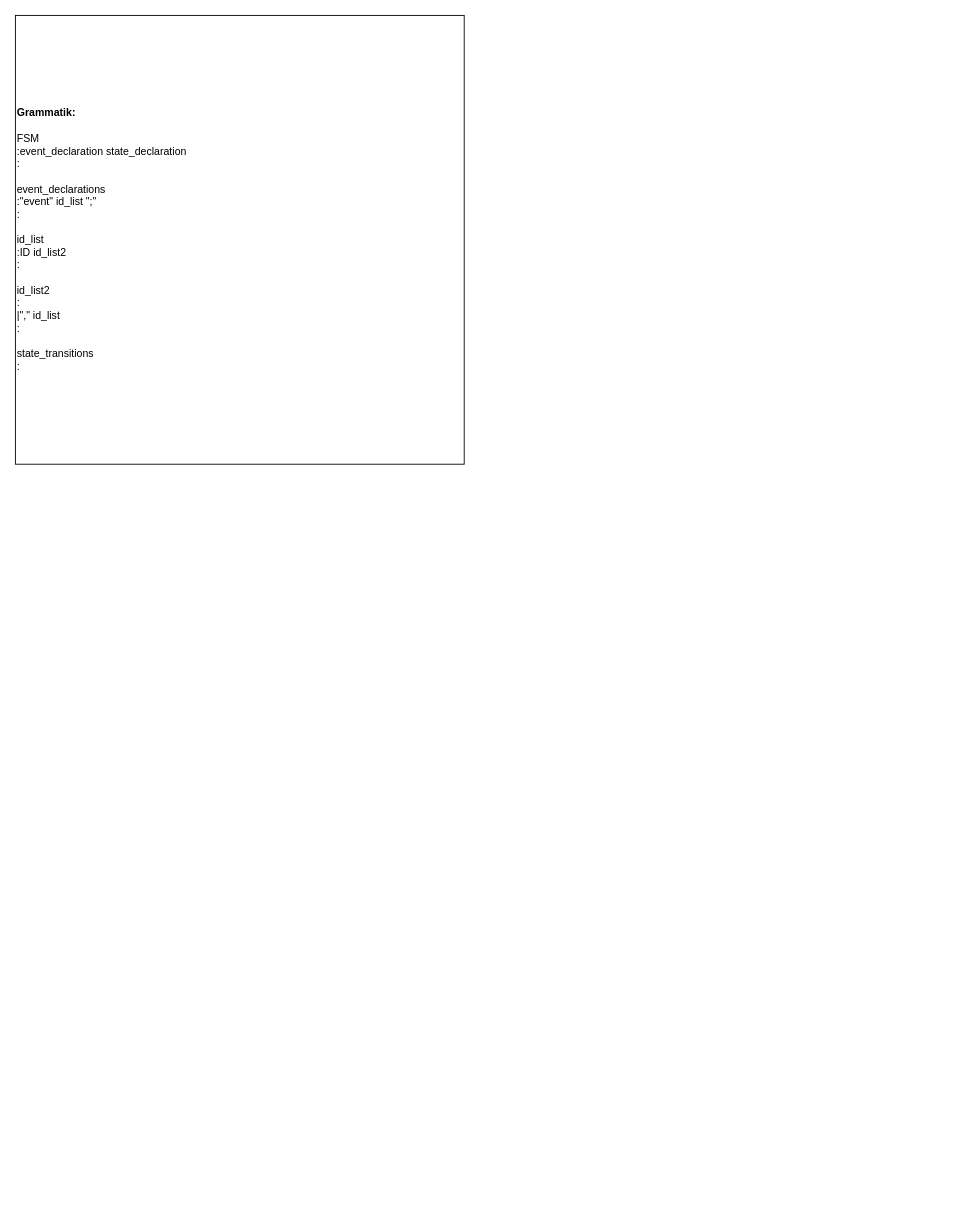
LucRome/Automaten keeps this draw.io diagram as ParserAndInterpreter.drawio. Above is the earlier version. Source tidied: cells renumbered, new cells numbered last; positions are measured from the earlier drawing's top-left corner, leaving out a move shared by most shapes. Both pictures are drawn from the tidied source at 88%, with x=0, y=0 at pixel (15, 15).
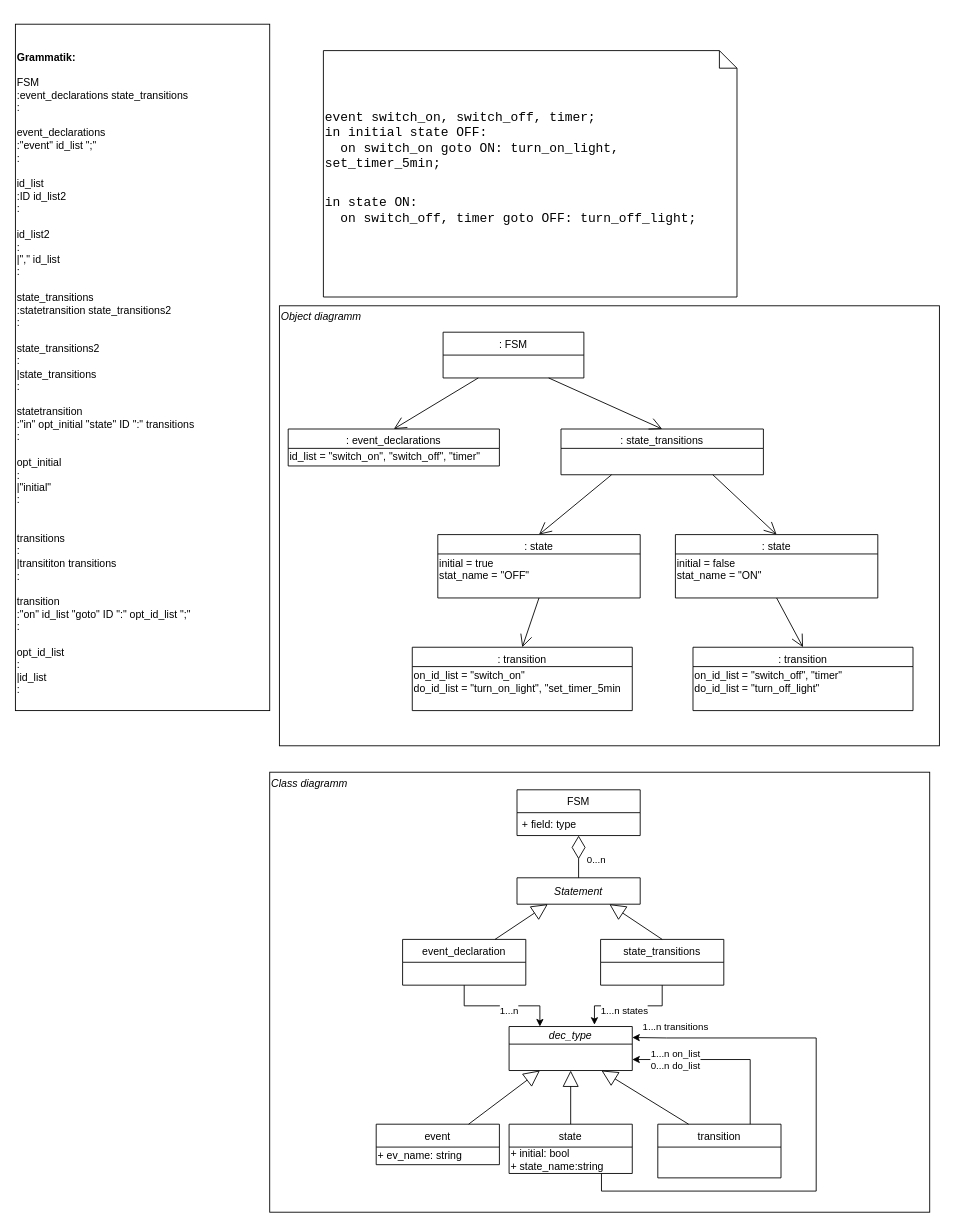
The same page after the edit.

Change to the diagram source:
```diff
@@
-    <mxCell id="2" value="&lt;div align=&quot;left&quot;&gt;&lt;b&gt;Grammatik:&lt;/b&gt;&lt;/div&gt;&lt;div align=&quot;left&quot;&gt;&lt;b&gt;&lt;br&gt;&lt;/b&gt;&lt;/div&gt;&lt;div&gt;FSM&lt;/div&gt;&lt;div&gt;:event_declaration state_declaration&lt;br&gt;&lt;/div&gt;&lt;div&gt;:&lt;/div&gt;&lt;div&gt;&lt;br&gt;&lt;/div&gt;&lt;div&gt;event_declarations&lt;/div&gt;&lt;div&gt;:&quot;event&quot; id_list &quot;;&quot;&lt;/div&gt;&lt;div&gt;:&lt;/div&gt;&lt;div&gt;&lt;br&gt;&lt;/div&gt;&lt;div&gt;id_list&lt;/div&gt;&lt;div&gt;:ID id_list2&lt;/div&gt;&lt;div&gt;:&lt;/div&gt;&lt;div&gt;&lt;br&gt;&lt;/div&gt;&lt;div&gt;id_list2&lt;/div&gt;&lt;div&gt;:&lt;/div&gt;&lt;div&gt;|&quot;,&quot; id_list&lt;/div&gt;&lt;div&gt;:&lt;/div&gt;&lt;div&gt;&lt;br&gt;&lt;/div&gt;&lt;div&gt;state_transitions&lt;/div&gt;&lt;div&gt;:&lt;br&gt;&lt;/div&gt;" style="whiteSpace=wrap;html=1;align=left;" parent="1" vertex="1">
-      <mxGeometry width="510" height="510" as="geometry" />
-    </mxCell>
+    <mxCell id="3" value="&lt;div&gt;&lt;i&gt;Object diagramm&lt;/i&gt;&lt;/div&gt;&lt;div&gt;&lt;i&gt;&lt;br&gt;&lt;/i&gt;&lt;/div&gt;&lt;div&gt;&lt;i&gt;&lt;br&gt;&lt;/i&gt;&lt;/div&gt;&lt;div&gt;&lt;i&gt;&lt;br&gt;&lt;/i&gt;&lt;/div&gt;&lt;div&gt;&lt;i&gt;&lt;br&gt;&lt;/i&gt;&lt;/div&gt;&lt;div&gt;&lt;i&gt;&lt;br&gt;&lt;/i&gt;&lt;/div&gt;&lt;div&gt;&lt;i&gt;&lt;br&gt;&lt;/i&gt;&lt;/div&gt;&lt;div&gt;&lt;i&gt;&lt;br&gt;&lt;/i&gt;&lt;/div&gt;&lt;div&gt;&lt;i&gt;&lt;br&gt;&lt;/i&gt;&lt;/div&gt;&lt;div&gt;&lt;i&gt;&lt;br&gt;&lt;/i&gt;&lt;/div&gt;&lt;div&gt;&lt;i&gt;&lt;br&gt;&lt;/i&gt;&lt;/div&gt;&lt;div&gt;&lt;i&gt;&lt;br&gt;&lt;/i&gt;&lt;/div&gt;&lt;div&gt;&lt;i&gt;&lt;br&gt;&lt;/i&gt;&lt;/div&gt;&lt;div&gt;&lt;i&gt;&lt;br&gt;&lt;/i&gt;&lt;/div&gt;&lt;div&gt;&lt;i&gt;&lt;br&gt;&lt;/i&gt;&lt;/div&gt;&lt;div&gt;&lt;i&gt;&lt;br&gt;&lt;/i&gt;&lt;/div&gt;&lt;div&gt;&lt;i&gt;&lt;br&gt;&lt;/i&gt;&lt;/div&gt;&lt;div&gt;&lt;i&gt;&lt;br&gt;&lt;/i&gt;&lt;/div&gt;&lt;div&gt;&lt;i&gt;&lt;br&gt;&lt;/i&gt;&lt;/div&gt;&lt;div&gt;&lt;i&gt;&lt;br&gt;&lt;/i&gt;&lt;/div&gt;&lt;div&gt;&lt;i&gt;&lt;br&gt;&lt;/i&gt;&lt;/div&gt;&lt;div&gt;&lt;i&gt;&lt;br&gt;&lt;/i&gt;&lt;/div&gt;&lt;div&gt;&lt;i&gt;&lt;br&gt;&lt;/i&gt;&lt;/div&gt;&lt;div&gt;&lt;i&gt;&lt;br&gt;&lt;/i&gt;&lt;/div&gt;&lt;div&gt;&lt;i&gt;&lt;br&gt;&lt;/i&gt;&lt;/div&gt;&lt;div&gt;&lt;i&gt;&lt;br&gt;&lt;/i&gt;&lt;/div&gt;&lt;div&gt;&lt;i&gt;&lt;br&gt;&lt;/i&gt;&lt;/div&gt;&lt;div&gt;&lt;i&gt;&lt;br&gt;&lt;/i&gt;&lt;/div&gt;&lt;div&gt;&lt;i&gt;&lt;br&gt;&lt;/i&gt;&lt;/div&gt;&lt;div&gt;&lt;i&gt;&lt;br&gt;&lt;/i&gt;&lt;/div&gt;&lt;div&gt;&lt;i&gt;&lt;br&gt;&lt;/i&gt;&lt;/div&gt;&lt;div&gt;&lt;i&gt;&lt;br&gt;&lt;/i&gt;&lt;/div&gt;&lt;div&gt;&lt;i&gt;&lt;br&gt;&lt;/i&gt;&lt;/div&gt;&lt;div&gt;&lt;i&gt;&lt;br&gt;&lt;/i&gt;&lt;/div&gt;" style="rounded=0;whiteSpace=wrap;html=1;align=left;" parent="1" vertex="1">
+      <mxGeometry x="300" y="330" width="750" height="500" as="geometry" />
+    </mxCell>
+    <mxCell id="4" value="&lt;div align=&quot;left&quot;&gt;&lt;br&gt;&lt;/div&gt;&lt;div align=&quot;left&quot;&gt;&lt;b&gt;Grammatik:&lt;/b&gt;&lt;/div&gt;&lt;div align=&quot;left&quot;&gt;&lt;b&gt;&lt;br&gt;&lt;/b&gt;&lt;/div&gt;&lt;div align=&quot;left&quot;&gt;FSM&lt;/div&gt;&lt;div align=&quot;left&quot;&gt;:event_declarations state_transitions&lt;br&gt;&lt;/div&gt;&lt;div align=&quot;left&quot;&gt;:&lt;/div&gt;&lt;div align=&quot;left&quot;&gt;&lt;br&gt;&lt;/div&gt;&lt;div align=&quot;left&quot;&gt;event_declarations&lt;/div&gt;&lt;div align=&quot;left&quot;&gt;:&quot;event&quot; id_list &quot;;&quot;&lt;/div&gt;&lt;div align=&quot;left&quot;&gt;:&lt;/div&gt;&lt;div align=&quot;left&quot;&gt;&lt;br&gt;&lt;/div&gt;&lt;div align=&quot;left&quot;&gt;id_list&lt;/div&gt;&lt;div align=&quot;left&quot;&gt;:ID id_list2&lt;/div&gt;&lt;div align=&quot;left&quot;&gt;:&lt;/div&gt;&lt;div align=&quot;left&quot;&gt;&lt;br&gt;&lt;/div&gt;&lt;div align=&quot;left&quot;&gt;id_list2&lt;/div&gt;&lt;div align=&quot;left&quot;&gt;:&lt;/div&gt;&lt;div align=&quot;left&quot;&gt;|&quot;,&quot; id_list&lt;/div&gt;&lt;div align=&quot;left&quot;&gt;:&lt;/div&gt;&lt;div align=&quot;left&quot;&gt;&lt;br&gt;&lt;/div&gt;&lt;div align=&quot;left&quot;&gt;state_transitions&lt;/div&gt;&lt;div align=&quot;left&quot;&gt;:statetransition state_transitions2&lt;/div&gt;&lt;div align=&quot;left&quot;&gt;:&lt;/div&gt;&lt;div align=&quot;left&quot;&gt;&lt;br&gt;&lt;/div&gt;&lt;div align=&quot;left&quot;&gt;state_transitions2&lt;/div&gt;&lt;div align=&quot;left&quot;&gt;:&lt;/div&gt;&lt;div align=&quot;left&quot;&gt;|state_transitions&lt;/div&gt;&lt;div align=&quot;left&quot;&gt;:&lt;/div&gt;&lt;div align=&quot;left&quot;&gt;&lt;br&gt;&lt;/div&gt;&lt;div align=&quot;left&quot;&gt;statetransition&lt;/div&gt;&lt;div align=&quot;left&quot;&gt;:&quot;in&quot; opt_initial &quot;state&quot; ID &quot;:&quot; transitions&lt;/div&gt;&lt;div align=&quot;left&quot;&gt;:&lt;/div&gt;&lt;div align=&quot;left&quot;&gt;&lt;br&gt;&lt;/div&gt;&lt;div align=&quot;left&quot;&gt;opt_initial&lt;/div&gt;&lt;div align=&quot;left&quot;&gt;:&lt;/div&gt;&lt;div align=&quot;left&quot;&gt;|&quot;initial&quot;&lt;/div&gt;&lt;div align=&quot;left&quot;&gt;:&lt;/div&gt;&lt;div align=&quot;left&quot;&gt;&lt;br&gt;&lt;/div&gt;&lt;div align=&quot;left&quot;&gt;&lt;br&gt;&lt;/div&gt;&lt;div align=&quot;left&quot;&gt;transitions&lt;/div&gt;&lt;div align=&quot;left&quot;&gt;:&lt;/div&gt;&lt;div align=&quot;left&quot;&gt;|transititon transitions&lt;/div&gt;&lt;div align=&quot;left&quot;&gt;:&lt;/div&gt;&lt;div align=&quot;left&quot;&gt;&lt;br&gt;&lt;/div&gt;&lt;div align=&quot;left&quot;&gt;transition&lt;/div&gt;&lt;div align=&quot;left&quot;&gt;:&quot;on&quot; id_list &quot;goto&quot; ID &quot;:&quot; opt_id_list &quot;;&quot;&lt;/div&gt;&lt;div align=&quot;left&quot;&gt;:&lt;/div&gt;&lt;div align=&quot;left&quot;&gt;&lt;br&gt;&lt;/div&gt;&lt;div align=&quot;left&quot;&gt;opt_id_list&lt;/div&gt;&lt;div align=&quot;left&quot;&gt;:&lt;/div&gt;&lt;div align=&quot;left&quot;&gt;|id_list&lt;/div&gt;&lt;div align=&quot;left&quot;&gt;:&lt;br&gt;&lt;/div&gt;" style="rounded=0;whiteSpace=wrap;html=1;align=left;" parent="1" vertex="1">
+      <mxGeometry y="10" width="289" height="780" as="geometry" />
+    </mxCell>
+    <mxCell id="5" value=": event_declarations" style="swimlane;fontStyle=0;align=center;verticalAlign=top;horizontal=1;startSize=22;" parent="1" vertex="1">
+      <mxGeometry x="310" y="470" width="240" height="42" as="geometry" />
+    </mxCell>
+    <mxCell id="6" value="id_list = &quot;switch_on&quot;, &quot;switch_off&quot;, &quot;timer&quot;" style="text;html=1;align=left;verticalAlign=middle;" parent="5" vertex="1">
+      <mxGeometry y="22" width="240" height="20" as="geometry" />
+    </mxCell>
+    <mxCell id="7" value=": FSM" style="swimlane;fontStyle=0;align=center;verticalAlign=top;horizontal=1;startSize=26;" parent="1" vertex="1">
+      <mxGeometry x="486" y="360" width="160" height="52" as="geometry" />
+    </mxCell>
+    <mxCell id="8" value="&lt;br&gt;&lt;div align=&quot;left&quot;&gt;&lt;code style=&quot;margin: 0in ; font-family: &amp;#34;consolas&amp;#34; ; font-size: 11.0pt&quot;&gt;event switch_on, switch_off, timer;&lt;/code&gt;&lt;code style=&quot;margin: 0in ; font-family: &amp;#34;consolas&amp;#34; ; font-size: 11.0pt&quot;&gt;&lt;br&gt;&lt;/code&gt;&lt;/div&gt;&lt;div align=&quot;left&quot;&gt;&lt;code style=&quot;margin: 0in ; font-family: &amp;#34;consolas&amp;#34; ; font-size: 11.0pt&quot;&gt;in initia&lt;/code&gt;&lt;code style=&quot;margin: 0in ; font-family: &amp;#34;consolas&amp;#34; ; font-size: 11.0pt&quot;&gt;l state OFF:&lt;/code&gt;&lt;code style=&quot;margin: 0in ; font-family: &amp;#34;consolas&amp;#34; ; font-size: 11.0pt&quot;&gt;&lt;br&gt;&lt;/code&gt;&lt;/div&gt;&lt;div align=&quot;left&quot;&gt;&lt;code style=&quot;margin: 0in ; font-family: &amp;#34;consolas&amp;#34; ; font-size: 11.0pt&quot;&gt;&amp;nbsp; o&lt;/code&gt;&lt;code style=&quot;margin: 0in ; font-family: &amp;#34;consolas&amp;#34; ; font-size: 11.0pt&quot;&gt;n switch_on goto ON: turn_on_light, set_timer_5min;&lt;/code&gt;&lt;br&gt;&lt;br&gt;&lt;p&gt;&lt;code style=&quot;margin: 0in ; font-family: &amp;#34;consolas&amp;#34; ; font-size: 11.0pt&quot;&gt;in state ON:&lt;/code&gt;&lt;code style=&quot;margin: 0in ; font-family: &amp;#34;consolas&amp;#34; ; font-size: 11.0pt&quot;&gt;&lt;br&gt;&amp;nbsp; on&lt;/code&gt;&lt;code style=&quot;margin: 0in ; font-family: &amp;#34;consolas&amp;#34; ; font-size: 11.0pt&quot;&gt; switch_off, timer goto OFF: turn_off_light;&lt;/code&gt;&lt;br&gt;&lt;/p&gt;&lt;br&gt;&lt;/div&gt;" style="shape=note;size=20;whiteSpace=wrap;html=1;align=left;" parent="1" vertex="1">
+      <mxGeometry x="350" y="40" width="470" height="280" as="geometry" />
+    </mxCell>
+    <mxCell id="9" style="endArrow=open;endFill=1;endSize=12;html=1;entryX=0.5;entryY=0;entryDx=0;entryDy=0;exitX=0.25;exitY=1;exitDx=0;exitDy=0;" parent="1" edge="1" source="7" target="5">
+      <mxGeometry relative="1" as="geometry" />
+    </mxCell>
+    <mxCell id="10" value=": state_transitions" style="swimlane;fontStyle=0;align=center;verticalAlign=top;horizontal=1;startSize=22;" parent="1" vertex="1">
+      <mxGeometry x="620" y="470" width="230" height="52" as="geometry" />
+    </mxCell>
+    <mxCell id="11" value=": state" style="swimlane;fontStyle=0;align=center;verticalAlign=top;horizontal=1;startSize=22;" parent="1" vertex="1">
+      <mxGeometry x="480" y="590" width="230" height="72" as="geometry" />
+    </mxCell>
+    <mxCell id="12" value="&lt;div align=&quot;left&quot;&gt;initial = true&lt;/div&gt;&lt;div align=&quot;left&quot;&gt;stat_name = &quot;OFF&quot;&lt;/div&gt;&lt;div align=&quot;left&quot;&gt;&lt;br&gt;&lt;/div&gt;" style="text;html=1;align=left;verticalAlign=middle;" parent="11" vertex="1">
+      <mxGeometry y="22" width="230" height="50" as="geometry" />
+    </mxCell>
+    <mxCell id="13" style="endArrow=open;endFill=1;endSize=12;html=1;entryX=0.5;entryY=0;entryDx=0;entryDy=0;exitX=0.75;exitY=1;exitDx=0;exitDy=0;" parent="1" edge="1" source="7" target="10">
+      <mxGeometry relative="1" as="geometry" />
+    </mxCell>
+    <mxCell id="14" style="endArrow=open;endFill=1;endSize=12;html=1;entryX=0.5;entryY=0;entryDx=0;entryDy=0;exitX=0.25;exitY=1;exitDx=0;exitDy=0;" parent="1" edge="1" source="10" target="11">
+      <mxGeometry relative="1" as="geometry" />
+    </mxCell>
+    <mxCell id="15" value=": transition" style="swimlane;fontStyle=0;align=center;verticalAlign=top;horizontal=1;startSize=22;" parent="1" vertex="1">
+      <mxGeometry x="451" y="718" width="250" height="72" as="geometry" />
+    </mxCell>
+    <mxCell id="16" value="&lt;div&gt;on_id_list = &quot;switch_on&quot;&lt;/div&gt;&lt;div&gt;do_id_list = &quot;turn_on_light&quot;, &quot;set_timer_5min&lt;br&gt;&lt;/div&gt;&lt;div&gt;&lt;br&gt;&lt;/div&gt;" style="text;html=1;align=left;verticalAlign=middle;" parent="15" vertex="1">
+      <mxGeometry y="22" width="250" height="50" as="geometry" />
+    </mxCell>
+    <mxCell id="17" style="endArrow=open;endFill=1;endSize=12;html=1;entryX=0.5;entryY=0;entryDx=0;entryDy=0;exitX=0.5;exitY=1;exitDx=0;exitDy=0;" parent="1" edge="1" source="11" target="15">
+      <mxGeometry relative="1" as="geometry" />
+    </mxCell>
+    <mxCell id="18" value=": state" style="swimlane;fontStyle=0;align=center;verticalAlign=top;horizontal=1;startSize=22;" parent="1" vertex="1">
+      <mxGeometry x="750" y="590" width="230" height="72" as="geometry" />
+    </mxCell>
+    <mxCell id="19" value="&lt;div align=&quot;left&quot;&gt;initial = false&lt;/div&gt;&lt;div align=&quot;left&quot;&gt;stat_name = &quot;ON&quot;&lt;/div&gt;&lt;div align=&quot;left&quot;&gt;&lt;br&gt;&lt;/div&gt;" style="text;html=1;align=left;verticalAlign=middle;" parent="18" vertex="1">
+      <mxGeometry y="22" width="230" height="50" as="geometry" />
+    </mxCell>
+    <mxCell id="20" style="endArrow=open;endFill=1;endSize=12;html=1;entryX=0.5;entryY=0;entryDx=0;entryDy=0;exitX=0.75;exitY=1;exitDx=0;exitDy=0;" parent="1" edge="1" source="10" target="18">
+      <mxGeometry relative="1" as="geometry" />
+    </mxCell>
+    <mxCell id="21" style="endArrow=open;endFill=1;endSize=12;html=1;entryX=0.5;entryY=0;entryDx=0;entryDy=0;exitX=0.5;exitY=1;exitDx=0;exitDy=0;" parent="1" edge="1" source="18" target="22">
+      <mxGeometry relative="1" as="geometry" />
+    </mxCell>
+    <mxCell id="22" value=": transition" style="swimlane;fontStyle=0;align=center;verticalAlign=top;horizontal=1;startSize=22;" parent="1" vertex="1">
+      <mxGeometry x="770" y="718" width="250" height="72" as="geometry" />
+    </mxCell>
+    <mxCell id="23" value="&lt;div&gt;on_id_list = &quot;switch_off&quot;, &quot;timer&quot;&lt;br&gt;&lt;/div&gt;&lt;div&gt;do_id_list = &quot;turn_off_light&quot;&lt;br&gt;&lt;/div&gt;&lt;div&gt;&lt;br&gt;&lt;/div&gt;" style="text;html=1;align=left;verticalAlign=middle;" parent="22" vertex="1">
+      <mxGeometry y="22" width="250" height="50" as="geometry" />
+    </mxCell>
+    <mxCell id="24" value="&lt;div&gt;&lt;i&gt;Class diagramm&lt;/i&gt;&lt;/div&gt;&lt;div&gt;&lt;i&gt;&lt;br&gt;&lt;/i&gt;&lt;/div&gt;&lt;div&gt;&lt;i&gt;&lt;br&gt;&lt;/i&gt;&lt;/div&gt;&lt;div&gt;&lt;i&gt;&lt;br&gt;&lt;/i&gt;&lt;/div&gt;&lt;div&gt;&lt;i&gt;&lt;br&gt;&lt;/i&gt;&lt;/div&gt;&lt;div&gt;&lt;i&gt;&lt;br&gt;&lt;/i&gt;&lt;/div&gt;&lt;div&gt;&lt;i&gt;&lt;br&gt;&lt;/i&gt;&lt;/div&gt;&lt;div&gt;&lt;i&gt;&lt;br&gt;&lt;/i&gt;&lt;/div&gt;&lt;div&gt;&lt;i&gt;&lt;br&gt;&lt;/i&gt;&lt;/div&gt;&lt;div&gt;&lt;i&gt;&lt;br&gt;&lt;/i&gt;&lt;/div&gt;&lt;div&gt;&lt;i&gt;&lt;br&gt;&lt;/i&gt;&lt;/div&gt;&lt;div&gt;&lt;i&gt;&lt;br&gt;&lt;/i&gt;&lt;/div&gt;&lt;div&gt;&lt;i&gt;&lt;br&gt;&lt;/i&gt;&lt;/div&gt;&lt;div&gt;&lt;i&gt;&lt;br&gt;&lt;/i&gt;&lt;/div&gt;&lt;div&gt;&lt;i&gt;&lt;br&gt;&lt;/i&gt;&lt;/div&gt;&lt;div&gt;&lt;i&gt;&lt;br&gt;&lt;/i&gt;&lt;/div&gt;&lt;div&gt;&lt;i&gt;&lt;br&gt;&lt;/i&gt;&lt;/div&gt;&lt;div&gt;&lt;i&gt;&lt;br&gt;&lt;/i&gt;&lt;/div&gt;&lt;div&gt;&lt;i&gt;&lt;br&gt;&lt;/i&gt;&lt;/div&gt;&lt;div&gt;&lt;i&gt;&lt;br&gt;&lt;/i&gt;&lt;/div&gt;&lt;div&gt;&lt;i&gt;&lt;br&gt;&lt;/i&gt;&lt;/div&gt;&lt;div&gt;&lt;i&gt;&lt;br&gt;&lt;/i&gt;&lt;/div&gt;&lt;div&gt;&lt;i&gt;&lt;br&gt;&lt;/i&gt;&lt;/div&gt;&lt;div&gt;&lt;i&gt;&lt;br&gt;&lt;/i&gt;&lt;/div&gt;&lt;div&gt;&lt;i&gt;&lt;br&gt;&lt;/i&gt;&lt;/div&gt;&lt;div&gt;&lt;i&gt;&lt;br&gt;&lt;/i&gt;&lt;/div&gt;&lt;div&gt;&lt;i&gt;&lt;br&gt;&lt;/i&gt;&lt;/div&gt;&lt;div&gt;&lt;i&gt;&lt;br&gt;&lt;/i&gt;&lt;/div&gt;&lt;div&gt;&lt;i&gt;&lt;br&gt;&lt;/i&gt;&lt;/div&gt;&lt;div&gt;&lt;i&gt;&lt;br&gt;&lt;/i&gt;&lt;/div&gt;&lt;div&gt;&lt;i&gt;&lt;br&gt;&lt;/i&gt;&lt;/div&gt;&lt;div&gt;&lt;i&gt;&lt;br&gt;&lt;/i&gt;&lt;/div&gt;&lt;div&gt;&lt;i&gt;&lt;br&gt;&lt;/i&gt;&lt;/div&gt;&lt;div&gt;&lt;i&gt;&lt;br&gt;&lt;/i&gt;&lt;/div&gt;" style="rounded=0;whiteSpace=wrap;html=1;align=left;" parent="1" vertex="1">
+      <mxGeometry x="289" y="860" width="750" height="500" as="geometry" />
+    </mxCell>
+    <mxCell id="25" value="FSM" style="swimlane;fontStyle=0;horizontal=1;startSize=26;fillColor=none;" parent="1" vertex="1">
+      <mxGeometry x="570" y="880" width="140" height="52" as="geometry" />
+    </mxCell>
+    <mxCell id="26" value="+ field: type" style="text;strokeColor=none;fillColor=none;align=left;verticalAlign=top;spacingLeft=4;spacingRight=4;overflow=hidden;" parent="25" vertex="1">
+      <mxGeometry y="26" width="140" height="26" as="geometry" />
+    </mxCell>
+    <mxCell id="27" value="Statement" style="swimlane;fontStyle=2;horizontal=1;startSize=40;fillColor=none;" parent="1" vertex="1">
+      <mxGeometry x="570" y="980" width="140" height="30" as="geometry" />
+    </mxCell>
+    <mxCell id="28" value="&lt;div&gt;0...n&lt;/div&gt;" style="endArrow=diamondThin;endFill=0;endSize=24;html=1;entryX=0.5;entryY=1;entryDx=0;entryDy=0;exitX=0.5;exitY=0;exitDx=0;exitDy=0;" parent="1" edge="1" source="27" target="25">
+      <mxGeometry x="-0.17" y="-20" relative="1" as="geometry" />
+    </mxCell>
+    <mxCell id="29" value="1...n" style="edgeStyle=orthogonalEdgeStyle;rounded=0;jettySize=auto;html=1;exitX=0.5;exitY=1;exitDx=0;exitDy=0;entryX=0.25;entryY=0;entryDx=0;entryDy=0;" parent="1" edge="1" source="30" target="42">
+      <mxGeometry x="0.11" y="-4" relative="1" as="geometry">
+        <mxPoint y="1" as="offset" />
+      </mxGeometry>
+    </mxCell>
+    <mxCell id="30" value="event_declaration" style="swimlane;fontStyle=0;horizontal=1;startSize=26;fillColor=none;" parent="1" vertex="1">
+      <mxGeometry x="440" y="1050" width="140" height="52" as="geometry" />
+    </mxCell>
+    <mxCell id="31" value="&lt;div&gt;&lt;br&gt;&lt;/div&gt;" style="endArrow=block;endSize=16;endFill=0;html=1;entryX=0.25;entryY=1;entryDx=0;entryDy=0;exitX=0.75;exitY=0;exitDx=0;exitDy=0;" parent="1" edge="1" source="30" target="27">
+      <mxGeometry x="-0.06" y="1" relative="1" as="geometry" />
+    </mxCell>
+    <mxCell id="32" value="1...n states" style="edgeStyle=orthogonalEdgeStyle;rounded=0;jettySize=auto;html=1;exitX=0.5;exitY=1;exitDx=0;exitDy=0;entryX=0.693;entryY=-0.04;entryDx=0;entryDy=0;entryPerimeter=0;" parent="1" edge="1" source="33" target="42">
+      <mxGeometry x="0.12" y="5" relative="1" as="geometry">
+        <mxPoint x="1" as="offset" />
+      </mxGeometry>
+    </mxCell>
+    <mxCell id="33" value="state_transitions" style="swimlane;fontStyle=0;horizontal=1;startSize=26;fillColor=none;" parent="1" vertex="1">
+      <mxGeometry x="665" y="1050" width="140" height="52" as="geometry" />
+    </mxCell>
+    <mxCell id="34" value="&lt;div&gt;&lt;br&gt;&lt;/div&gt;" style="endArrow=block;endSize=16;endFill=0;html=1;entryX=0.75;entryY=1;entryDx=0;entryDy=0;exitX=0.5;exitY=0;exitDx=0;exitDy=0;" parent="1" edge="1" source="33" target="27">
+      <mxGeometry x="-0.06" y="1" relative="1" as="geometry" />
+    </mxCell>
+    <mxCell id="35" value="event" style="swimlane;fontStyle=0;horizontal=1;startSize=26;fillColor=none;" parent="1" vertex="1">
+      <mxGeometry x="410" y="1260" width="140" height="46" as="geometry" />
+    </mxCell>
+    <mxCell id="36" value="+ ev_name: string" style="text;html=1;align=left;verticalAlign=middle;" parent="35" vertex="1">
+      <mxGeometry y="26" width="140" height="20" as="geometry" />
+    </mxCell>
+    <mxCell id="37" value="&lt;div&gt;1...n on_list&lt;/div&gt;0...n do_list" style="edgeStyle=orthogonalEdgeStyle;rounded=0;jettySize=auto;html=1;exitX=0.75;exitY=0;exitDx=0;exitDy=0;entryX=1;entryY=0.75;entryDx=0;entryDy=0;" parent="1" edge="1" source="38" target="42">
+      <mxGeometry x="0.53" relative="1" as="geometry" />
+    </mxCell>
+    <mxCell id="38" value="transition" style="swimlane;fontStyle=0;horizontal=1;startSize=26;fillColor=none;" parent="1" vertex="1">
+      <mxGeometry x="730" y="1260" width="140" height="61" as="geometry" />
+    </mxCell>
+    <mxCell id="39" value="1...n transitions" style="edgeStyle=orthogonalEdgeStyle;rounded=0;jettySize=auto;html=1;exitX=0.75;exitY=1;exitDx=0;exitDy=0;entryX=1;entryY=0.25;entryDx=0;entryDy=0;" parent="1" edge="1" source="40" target="42">
+      <mxGeometry x="0.85" y="-12" relative="1" as="geometry">
+        <Array as="points">
+          <mxPoint x="666" y="1336" />
+          <mxPoint x="910" y="1336" />
+          <mxPoint x="910" y="1162" />
+          <mxPoint x="740" y="1162" />
+        </Array>
+      </mxGeometry>
+    </mxCell>
+    <mxCell id="40" value="state" style="swimlane;fontStyle=0;horizontal=1;startSize=26;fillColor=none;" parent="1" vertex="1">
+      <mxGeometry x="561" y="1260" width="140" height="56" as="geometry" />
+    </mxCell>
+    <mxCell id="41" value="&lt;div align=&quot;left&quot;&gt;+ initial: bool&lt;/div&gt;&lt;div align=&quot;left&quot;&gt;+ state_name:string&lt;br&gt;&lt;/div&gt;" style="text;html=1;align=left;verticalAlign=middle;" parent="40" vertex="1">
+      <mxGeometry y="26" width="140" height="30" as="geometry" />
+    </mxCell>
+    <mxCell id="42" value="dec_type" style="swimlane;fontStyle=2;horizontal=1;startSize=20;fillColor=none;" parent="1" vertex="1">
+      <mxGeometry x="561" y="1149" width="140" height="50" as="geometry" />
+    </mxCell>
+    <mxCell id="43" value="&lt;div&gt;&lt;br&gt;&lt;/div&gt;" style="endArrow=block;endSize=16;endFill=0;html=1;entryX=0.25;entryY=1;entryDx=0;entryDy=0;exitX=0.75;exitY=0;exitDx=0;exitDy=0;" parent="1" edge="1" source="35" target="42">
+      <mxGeometry x="-0.06" y="1" relative="1" as="geometry" />
+    </mxCell>
+    <mxCell id="44" value="&lt;div&gt;&lt;br&gt;&lt;/div&gt;" style="endArrow=block;endSize=16;endFill=0;html=1;entryX=0.5;entryY=1;entryDx=0;entryDy=0;exitX=0.5;exitY=0;exitDx=0;exitDy=0;" parent="1" edge="1" source="40" target="42">
+      <mxGeometry x="-0.06" y="1" relative="1" as="geometry" />
+    </mxCell>
+    <mxCell id="45" value="&lt;div&gt;&lt;br&gt;&lt;/div&gt;" style="endArrow=block;endSize=16;endFill=0;html=1;entryX=0.75;entryY=1;entryDx=0;entryDy=0;exitX=0.25;exitY=0;exitDx=0;exitDy=0;" parent="1" edge="1" source="38" target="42">
+      <mxGeometry x="-0.06" y="1" relative="1" as="geometry" />
+    </mxCell>
```
